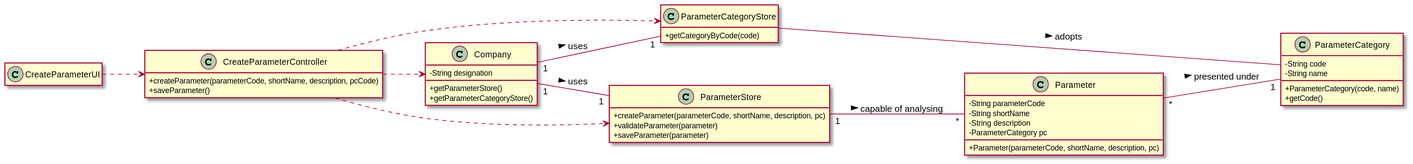
The PlantUML diagram docs/SprintB/US_10/US010_CD.svg in ana-albergaria/LAPR2-ISEP, before a commit.
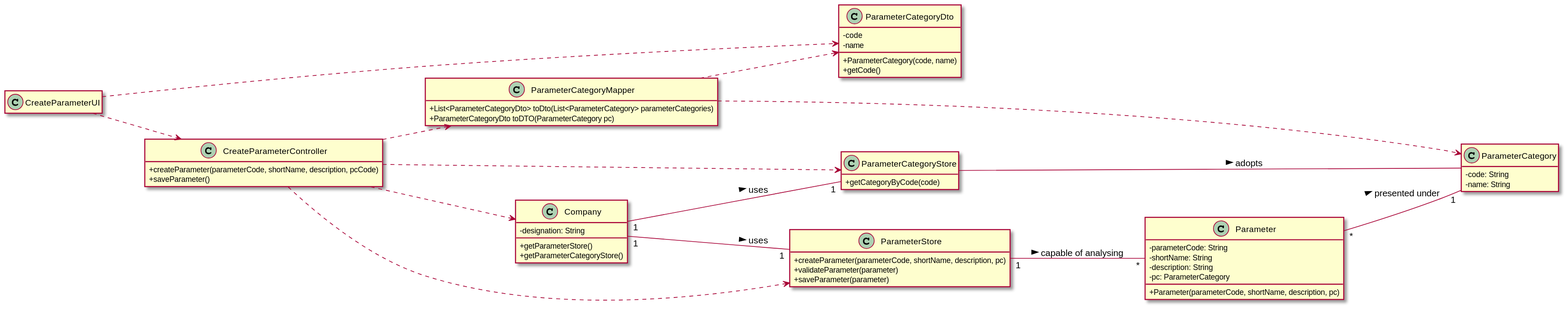
After the commit.

Commit message:
Updated US10 CD and SD for future Code changes.

The edit, as a diff of the source:
```diff
@@ -3,6 +3,18 @@
 hide empty attributes
 left to right direction
 skinparam classAttributeIconSize 0
+
+class ParameterCategoryDto {
+    -code
+    -name
+    +ParameterCategory(code, name)
+    +getCode()
+}
+
+class ParameterCategoryMapper {
+    +List<ParameterCategoryDto> toDto(List<ParameterCategory> parameterCategories)
+    +ParameterCategoryDto toDTO(ParameterCategory pc)
+}
 
 class ParameterCategoryStore {
     +getCategoryByCode(code)
@@ -15,22 +27,20 @@
 }
 
 class Parameter {
-  -String parameterCode
-  -String shortName
-  -String description
-  -ParameterCategory pc
+  -parameterCode: String
+  -shortName: String
+  -description: String
+  -pc: ParameterCategory
   +Parameter(parameterCode, shortName, description, pc)
 }
 
 class ParameterCategory {
-   -String code
-   -String name
-   +ParameterCategory(code, name)
-   +getCode()
+   -code: String
+   -name: String
 }
 
 class Company {
-  -String designation
+  -designation: String
   +getParameterStore()
   +getParameterCategoryStore()
 }
@@ -48,6 +58,10 @@
 CreateParameterController ..> Company
 CreateParameterController ..> ParameterCategoryStore
 CreateParameterController ..> ParameterStore
+CreateParameterController ..> ParameterCategoryMapper
+ParameterCategoryMapper ..> ParameterCategory
+ParameterCategoryMapper ..> ParameterCategoryDto
+CreateParameterUI ..> ParameterCategoryDto
 ParameterCategoryStore -- ParameterCategory : adopts >
 Company "1" -- "1" ParameterCategoryStore : uses >
 Company "1" -- "1" ParameterStore : uses >
```
